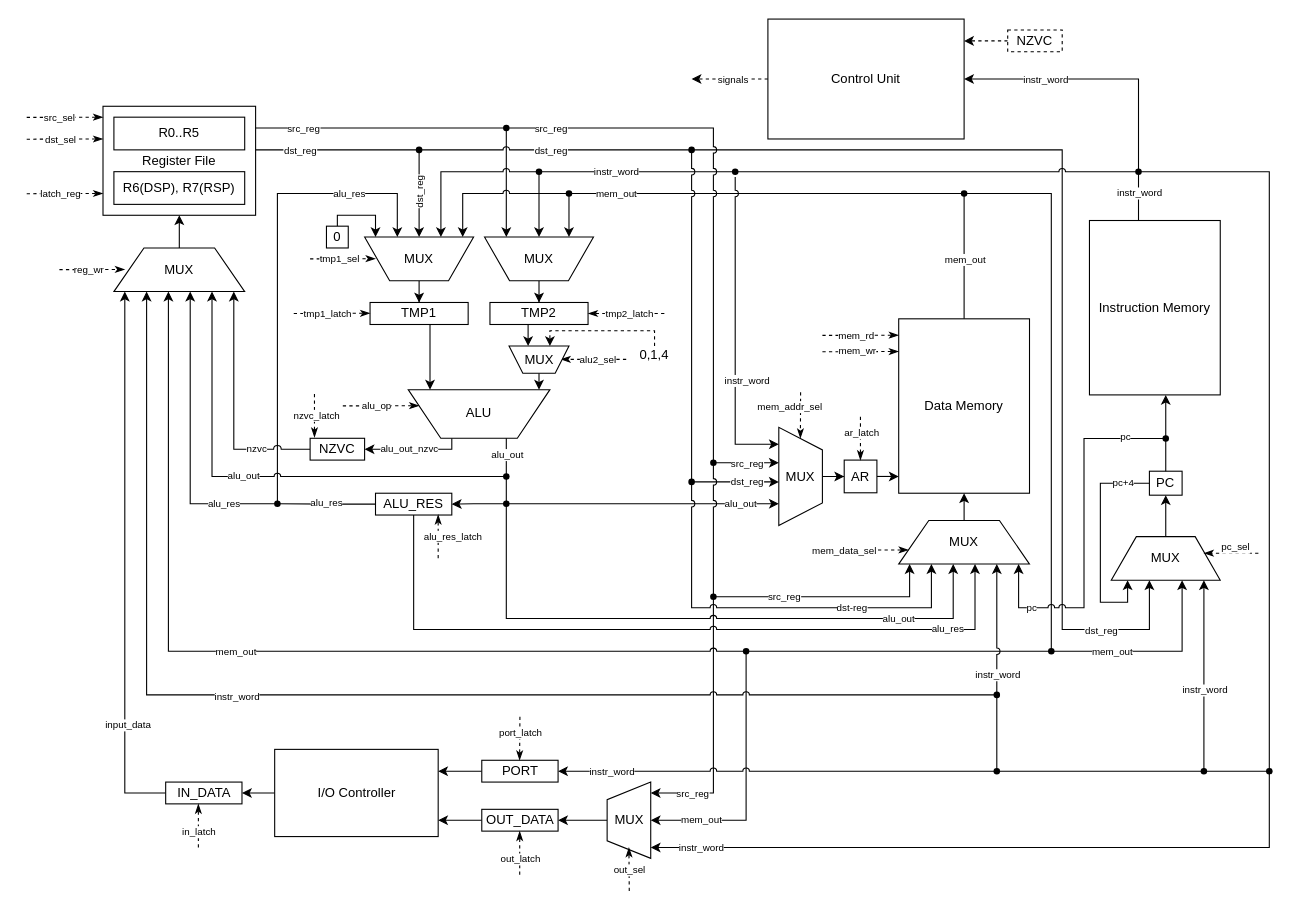
Above: scheme/csa_lab4_datapath_scheme.drawio in xtern0o/csa_lab4 (draw.io), before the change. Source tidied: cells renumbered, new cells numbered last; positions are measured from the earlier drawing's top-left corner, leaving out a move shared by most shapes. Both pictures are drawn from the tidied source at 109%, with x=0, y=0 at pixel (26, 19).
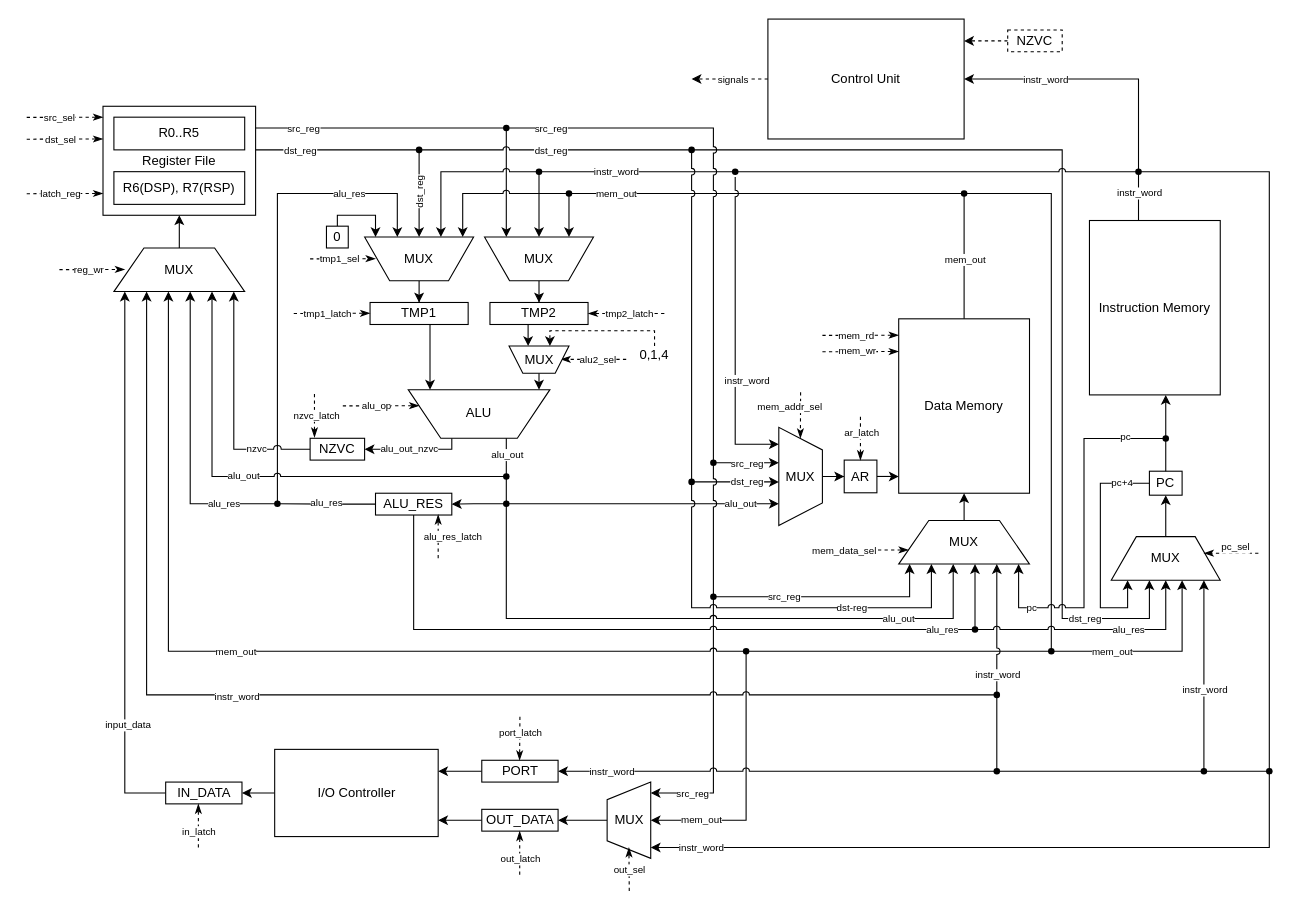
Above is the later version.

Unchanged cells that the change refers to:
```xml
<mxCell id="55" value="ALU_RES" style="rounded=0;whiteSpace=wrap;html=1;" parent="1" vertex="1">
  <mxGeometry x="320" y="435" width="70" height="20" as="geometry" />
</mxCell>
<mxCell id="79" value="MUX" style="verticalLabelPosition=middle;verticalAlign=middle;html=1;shape=trapezoid;perimeter=trapezoidPerimeter;whiteSpace=wrap;size=0.23;arcSize=10;flipV=1;labelPosition=center;align=center;legacyAnchorPoints=0;direction=west;" parent="1" vertex="1">
  <mxGeometry x="800" y="460" width="120" height="40" as="geometry" />
</mxCell>
<mxCell id="157" value="PC" style="rounded=0;whiteSpace=wrap;html=1;" parent="1" vertex="1">
  <mxGeometry x="1030" y="414.8" width="30" height="22" as="geometry" />
</mxCell>
<mxCell id="159" value="MUX" style="verticalLabelPosition=middle;verticalAlign=middle;html=1;shape=trapezoid;perimeter=trapezoidPerimeter;whiteSpace=wrap;size=0.23;arcSize=10;flipV=1;labelPosition=center;align=center;legacyAnchorPoints=0;direction=west;" parent="1" vertex="1">
  <mxGeometry x="995" y="474.8" width="100" height="40" as="geometry" />
</mxCell>
<mxCell id="178" style="shape=waypoint;sketch=0;fillStyle=solid;size=6;points=[];fillColor=none;perimeter=centerPerimeter;snapToPoint=1;" parent="1" vertex="1">
  <mxGeometry x="600" y="110" width="20" height="20" as="geometry" />
</mxCell>
```

The edit, as a diff of the source:
```diff
@@
     <mxCell id="2" style="edgeStyle=orthogonalEdgeStyle;rounded=0;jettySize=auto;html=1;" parent="1" edge="1" source="178" target="159">
       <mxGeometry relative="1" as="geometry">
         <Array as="points">
           <mxPoint x="950" y="120" />
-          <mxPoint x="950" y="560" />
-          <mxPoint x="1030" y="560" />
+          <mxPoint x="950" y="550" />
+          <mxPoint x="1030" y="550" />
         </Array>
       </mxGeometry>
     </mxCell>
     <mxCell id="3" value="dst_reg" style="edgeLabel;html=1;align=center;verticalAlign=middle;fontSize=9;" parent="2" vertex="1">
-      <mxGeometry x="0.8" y="-1" relative="1" as="geometry" />
+      <mxGeometry x="0.8" y="-1" relative="1" as="geometry">
+        <mxPoint x="-7" y="-1" as="offset" />
+      </mxGeometry>
     </mxCell>
@@
-    <mxCell id="53" style="edgeStyle=orthogonalEdgeStyle;rounded=0;jettySize=auto;html=1;jumpStyle=arc;" parent="1" edge="1" source="55" target="79">
+    <mxCell id="53" style="edgeStyle=orthogonalEdgeStyle;rounded=0;jettySize=auto;html=1;jumpStyle=arc;" parent="1" edge="1" source="216" target="79">
       <mxGeometry relative="1" as="geometry">
         <Array as="points">
-          <mxPoint x="355" y="560" />
-          <mxPoint x="870" y="560" />
+          <mxPoint x="870" y="520" />
+          <mxPoint x="870" y="520" />
         </Array>
       </mxGeometry>
     </mxCell>
-    <mxCell id="54" value="alu_res" style="edgeLabel;html=1;align=center;verticalAlign=middle;fontSize=9;" parent="53" vertex="1">
-      <mxGeometry x="0.78" y="1" relative="1" as="geometry">
-        <mxPoint x="-11" as="offset" />
-      </mxGeometry>
-    </mxCell>
@@
     <mxCell id="155" style="edgeStyle=orthogonalEdgeStyle;rounded=0;jettySize=auto;html=1;" parent="1" edge="1" source="157" target="159">
       <mxGeometry relative="1" as="geometry">
         <Array as="points">
           <mxPoint x="985" y="426" />
-          <mxPoint x="985" y="535" />
-          <mxPoint x="1010" y="535" />
+          <mxPoint x="985" y="540" />
+          <mxPoint x="1010" y="540" />
         </Array>
       </mxGeometry>
     </mxCell>
@@
+    <mxCell id="212" style="edgeStyle=orthogonalEdgeStyle;rounded=0;jettySize=auto;html=1;jumpStyle=arc;endArrow=none;endFill=0;" parent="1" edge="1" source="55" target="216">
+      <mxGeometry relative="1" as="geometry">
+        <Array as="points">
+          <mxPoint x="355" y="560" />
+        </Array>
+      </mxGeometry>
+    </mxCell>
+    <mxCell id="213" value="alu_res" style="edgeLabel;html=1;align=center;verticalAlign=middle;fontSize=9;" parent="212" vertex="1">
+      <mxGeometry x="0.9" relative="1" as="geometry" />
+    </mxCell>
+    <mxCell id="214" style="edgeStyle=orthogonalEdgeStyle;rounded=0;jettySize=auto;html=1;jumpStyle=arc;" parent="1" edge="1" source="216" target="159">
+      <mxGeometry relative="1" as="geometry" />
+    </mxCell>
+    <mxCell id="215" value="alu_res" style="edgeLabel;html=1;align=center;verticalAlign=middle;fontSize=9;" parent="214" vertex="1">
+      <mxGeometry x="0.28" y="-2" relative="1" as="geometry">
+        <mxPoint x="-1" y="-2" as="offset" />
+      </mxGeometry>
+    </mxCell>
+    <mxCell id="216" style="shape=waypoint;sketch=0;fillStyle=solid;size=6;points=[];fillColor=none;perimeter=centerPerimeter;snapToPoint=1;" parent="1" vertex="1">
+      <mxGeometry x="860" y="550" width="20" height="20" as="geometry" />
+    </mxCell>
```
